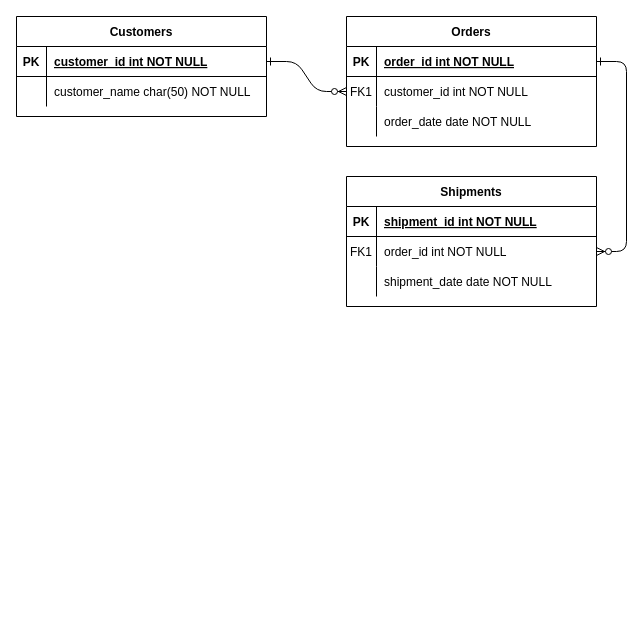
Before: Untitled Diagram.drawio in AkbarMarunduri/Saga-Diagram, a draw.io diagram. Source tidied: cells renumbered, new cells numbered last; positions are measured from the earlier drawing's top-left corner, leaving out a move shared by most shapes. Both pictures are drawn from the tidied source at 100%, with x=0, y=0 at pixel (16, 16).
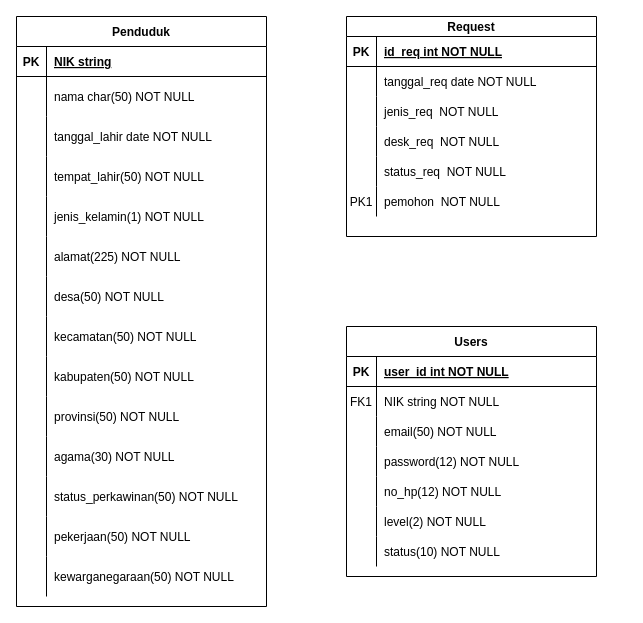
The same page after the edit.

Unchanged cells that the change refers to:
```xml
<mxCell id="15" style="shape=partialRectangle;fillColor=none;top=0;left=0;right=0;bottom=1;" parent="14" vertex="1">
  <mxGeometry y="30" width="250" height="30" as="geometry" />
</mxCell>
<mxCell id="18" style="shape=partialRectangle;fillColor=none;points=[[0,0.5],[1,0.5]];portConstraint=eastwest;top=0;left=0;right=0;bottom=0;" parent="14" vertex="1">
  <mxGeometry y="60" width="250" height="30" as="geometry" />
</mxCell>
<mxCell id="21" style="shape=partialRectangle;fillColor=none;top=0;left=0;right=0;bottom=0;" parent="14" vertex="1">
  <mxGeometry y="90" width="250" height="30" as="geometry" />
</mxCell>
<mxCell id="25" style="shape=partialRectangle;fillColor=none;points=[[0,0.5],[1,0.5]];portConstraint=eastwest;top=0;left=0;right=0;bottom=1;" parent="24" vertex="1">
  <mxGeometry y="30" width="250" height="30" as="geometry" />
</mxCell>
```

The edit, as a diff of the source:
```diff
@@
-    <mxCell id="2" style="edgeStyle=entityRelationEdgeStyle;endArrow=ERzeroToMany;startArrow=ERone;endFill=1;startFill=0;" parent="1" edge="1" source="25" target="8">
-      <mxGeometry relative="1" as="geometry" />
-    </mxCell>
-    <mxCell id="3" style="edgeStyle=entityRelationEdgeStyle;endArrow=ERzeroToMany;startArrow=ERone;endFill=1;startFill=0;" parent="1" edge="1" source="5" target="18">
-      <mxGeometry relative="1" as="geometry" />
-    </mxCell>
-    <mxCell id="4" value="Orders" style="shape=table;startSize=30;childLayout=tableLayout;rowLines=0;fontStyle=1;align=center;" parent="1" vertex="1">
-      <mxGeometry x="330" width="250" height="130" as="geometry" />
+    <mxCell id="4" value="Request" style="shape=table;startSize=20;childLayout=tableLayout;rowLines=0;fontStyle=1;align=center;" parent="1" vertex="1">
+      <mxGeometry x="330" width="250" height="220" as="geometry" />
     </mxCell>
     <mxCell id="5" style="shape=partialRectangle;fillColor=none;points=[[0,0.5],[1,0.5]];portConstraint=eastwest;top=0;left=0;right=0;bottom=1;" parent="4" vertex="1">
-      <mxGeometry y="30" width="250" height="30" as="geometry" />
+      <mxGeometry y="20" width="250" height="30" as="geometry" />
     </mxCell>
@@
-    <mxCell id="7" value="order_id int NOT NULL " style="shape=partialRectangle;overflow=hidden;fillColor=none;top=0;left=0;bottom=0;right=0;align=left;spacingLeft=6;fontStyle=5;" parent="5" vertex="1">
+    <mxCell id="7" value="id_req int NOT NULL " style="shape=partialRectangle;overflow=hidden;fillColor=none;top=0;left=0;bottom=0;right=0;align=left;spacingLeft=6;fontStyle=5;" parent="5" vertex="1">
       <mxGeometry x="30" width="220" height="30" as="geometry" />
     </mxCell>
     <mxCell id="8" style="shape=partialRectangle;fillColor=none;points=[[0,0.5],[1,0.5]];portConstraint=eastwest;top=0;left=0;right=0;bottom=0;" parent="4" vertex="1">
-      <mxGeometry y="60" width="250" height="30" as="geometry" />
+      <mxGeometry y="50" width="250" height="30" as="geometry" />
     </mxCell>
-    <mxCell id="9" value="FK1" style="shape=partialRectangle;overflow=hidden;fillColor=none;top=0;left=0;bottom=0;right=0;" parent="8" vertex="1">
+    <mxCell id="9" style="shape=partialRectangle;overflow=hidden;fillColor=none;top=0;left=0;bottom=0;right=0;" parent="8" vertex="1">
       <mxGeometry width="30" height="30" as="geometry" />
     </mxCell>
-    <mxCell id="10" value="customer_id int NOT NULL" style="shape=partialRectangle;overflow=hidden;fillColor=none;top=0;left=0;bottom=0;right=0;align=left;spacingLeft=6;" parent="8" vertex="1">
+    <mxCell id="10" value="tanggal_req date NOT NULL" style="shape=partialRectangle;overflow=hidden;fillColor=none;top=0;left=0;bottom=0;right=0;align=left;spacingLeft=6;" parent="8" vertex="1">
       <mxGeometry x="30" width="220" height="30" as="geometry" />
     </mxCell>
     <mxCell id="11" style="shape=partialRectangle;fillColor=none;top=0;left=0;right=0;bottom=0;" parent="4" vertex="1">
-      <mxGeometry y="90" width="250" height="30" as="geometry" />
+      <mxGeometry y="80" width="250" height="30" as="geometry" />
     </mxCell>
@@
-    <mxCell id="13" value="order_date date NOT NULL" style="shape=partialRectangle;overflow=hidden;fillColor=none;top=0;left=0;bottom=0;right=0;align=left;spacingLeft=6;" parent="11" vertex="1">
+    <mxCell id="13" value="jenis_req  NOT NULL" style="shape=partialRectangle;overflow=hidden;fillColor=none;top=0;left=0;bottom=0;right=0;align=left;spacingLeft=6;" parent="11" vertex="1">
       <mxGeometry x="30" width="220" height="30" as="geometry" />
     </mxCell>
+    <mxCell id="31" style="shape=partialRectangle;fillColor=none;top=0;left=0;right=0;bottom=0;" parent="4" vertex="1">
+      <mxGeometry y="110" width="250" height="30" as="geometry" />
+    </mxCell>
+    <mxCell id="32" style="shape=partialRectangle;overflow=hidden;fillColor=none;top=0;left=0;bottom=0;right=0;" parent="31" vertex="1">
+      <mxGeometry width="30" height="30" as="geometry" />
+    </mxCell>
+    <mxCell id="33" value="desk_req  NOT NULL" style="shape=partialRectangle;overflow=hidden;fillColor=none;top=0;left=0;bottom=0;right=0;align=left;spacingLeft=6;" parent="31" vertex="1">
+      <mxGeometry x="30" width="220" height="30" as="geometry" />
+    </mxCell>
+    <mxCell id="34" style="shape=partialRectangle;fillColor=none;top=0;left=0;right=0;bottom=0;" parent="4" vertex="1">
+      <mxGeometry y="140" width="250" height="30" as="geometry" />
+    </mxCell>
+    <mxCell id="35" style="shape=partialRectangle;overflow=hidden;fillColor=none;top=0;left=0;bottom=0;right=0;" parent="34" vertex="1">
+      <mxGeometry width="30" height="30" as="geometry" />
+    </mxCell>
+    <mxCell id="36" value="status_req  NOT NULL" style="shape=partialRectangle;overflow=hidden;fillColor=none;top=0;left=0;bottom=0;right=0;align=left;spacingLeft=6;" parent="34" vertex="1">
+      <mxGeometry x="30" width="220" height="30" as="geometry" />
+    </mxCell>
+    <mxCell id="37" style="shape=partialRectangle;fillColor=none;top=0;left=0;right=0;bottom=0;" parent="4" vertex="1">
+      <mxGeometry y="170" width="250" height="30" as="geometry" />
+    </mxCell>
+    <mxCell id="38" value="PK1" style="shape=partialRectangle;overflow=hidden;fillColor=none;top=0;left=0;bottom=0;right=0;" parent="37" vertex="1">
+      <mxGeometry width="30" height="30" as="geometry" />
+    </mxCell>
+    <mxCell id="39" value="pemohon  NOT NULL" style="shape=partialRectangle;overflow=hidden;fillColor=none;top=0;left=0;bottom=0;right=0;align=left;spacingLeft=6;" parent="37" vertex="1">
+      <mxGeometry x="30" width="220" height="30" as="geometry" />
+    </mxCell>
-    <mxCell id="14" value="Shipments" style="shape=table;startSize=30;childLayout=tableLayout;rowLines=0;fontStyle=1;align=center;" parent="1" vertex="1">
-      <mxGeometry x="330" y="160" width="250" height="130" as="geometry" />
+    <mxCell id="14" value="Users" style="shape=table;startSize=30;childLayout=tableLayout;rowLines=0;fontStyle=1;align=center;" parent="1" vertex="1">
+      <mxGeometry x="330" y="310" width="250" height="250" as="geometry" />
     </mxCell>
@@
-    <mxCell id="17" value="shipment_id int NOT NULL " style="shape=partialRectangle;overflow=hidden;fillColor=none;top=0;left=0;bottom=0;right=0;align=left;spacingLeft=6;fontStyle=5;" parent="15" vertex="1">
+    <mxCell id="17" value="user_id int NOT NULL " style="shape=partialRectangle;overflow=hidden;fillColor=none;top=0;left=0;bottom=0;right=0;align=left;spacingLeft=6;fontStyle=5;" parent="15" vertex="1">
       <mxGeometry x="30" width="220" height="30" as="geometry" />
     </mxCell>
@@
-    <mxCell id="20" value="order_id int NOT NULL" style="shape=partialRectangle;overflow=hidden;fillColor=none;top=0;left=0;bottom=0;right=0;align=left;spacingLeft=6;" parent="18" vertex="1">
+    <mxCell id="20" value="NIK string NOT NULL" style="shape=partialRectangle;overflow=hidden;fillColor=none;top=0;left=0;bottom=0;right=0;align=left;spacingLeft=6;" parent="18" vertex="1">
       <mxGeometry x="30" width="220" height="30" as="geometry" />
     </mxCell>
@@
-    <mxCell id="23" value="shipment_date date NOT NULL" style="shape=partialRectangle;overflow=hidden;fillColor=none;top=0;left=0;bottom=0;right=0;align=left;spacingLeft=6;" parent="21" vertex="1">
+    <mxCell id="23" value="email(50) NOT NULL" style="shape=partialRectangle;overflow=hidden;fillColor=none;top=0;left=0;bottom=0;right=0;align=left;spacingLeft=6;" parent="21" vertex="1">
       <mxGeometry x="30" width="220" height="30" as="geometry" />
     </mxCell>
+    <mxCell id="40" style="shape=partialRectangle;fillColor=none;top=0;left=0;right=0;bottom=0;" parent="14" vertex="1">
+      <mxGeometry y="120" width="250" height="30" as="geometry" />
+    </mxCell>
+    <mxCell id="41" style="shape=partialRectangle;overflow=hidden;fillColor=none;top=0;left=0;bottom=0;right=0;" parent="40" vertex="1">
+      <mxGeometry width="30" height="30" as="geometry" />
+    </mxCell>
+    <mxCell id="42" value="password(12) NOT NULL" style="shape=partialRectangle;overflow=hidden;fillColor=none;top=0;left=0;bottom=0;right=0;align=left;spacingLeft=6;" parent="40" vertex="1">
+      <mxGeometry x="30" width="220" height="30" as="geometry" />
+    </mxCell>
+    <mxCell id="43" style="shape=partialRectangle;fillColor=none;top=0;left=0;right=0;bottom=0;" parent="14" vertex="1">
+      <mxGeometry y="150" width="250" height="30" as="geometry" />
+    </mxCell>
+    <mxCell id="44" style="shape=partialRectangle;overflow=hidden;fillColor=none;top=0;left=0;bottom=0;right=0;" parent="43" vertex="1">
+      <mxGeometry width="30" height="30" as="geometry" />
+    </mxCell>
+    <mxCell id="45" value="no_hp(12) NOT NULL" style="shape=partialRectangle;overflow=hidden;fillColor=none;top=0;left=0;bottom=0;right=0;align=left;spacingLeft=6;" parent="43" vertex="1">
+      <mxGeometry x="30" width="220" height="30" as="geometry" />
+    </mxCell>
+    <mxCell id="46" style="shape=partialRectangle;fillColor=none;top=0;left=0;right=0;bottom=0;" parent="14" vertex="1">
+      <mxGeometry y="180" width="250" height="30" as="geometry" />
+    </mxCell>
+    <mxCell id="47" style="shape=partialRectangle;overflow=hidden;fillColor=none;top=0;left=0;bottom=0;right=0;" parent="46" vertex="1">
+      <mxGeometry width="30" height="30" as="geometry" />
+    </mxCell>
+    <mxCell id="48" value="level(2) NOT NULL" style="shape=partialRectangle;overflow=hidden;fillColor=none;top=0;left=0;bottom=0;right=0;align=left;spacingLeft=6;" parent="46" vertex="1">
+      <mxGeometry x="30" width="220" height="30" as="geometry" />
+    </mxCell>
+    <mxCell id="49" style="shape=partialRectangle;fillColor=none;top=0;left=0;right=0;bottom=0;" parent="14" vertex="1">
+      <mxGeometry y="210" width="250" height="30" as="geometry" />
+    </mxCell>
+    <mxCell id="50" style="shape=partialRectangle;overflow=hidden;fillColor=none;top=0;left=0;bottom=0;right=0;" parent="49" vertex="1">
+      <mxGeometry width="30" height="30" as="geometry" />
+    </mxCell>
+    <mxCell id="51" value="status(10) NOT NULL" style="shape=partialRectangle;overflow=hidden;fillColor=none;top=0;left=0;bottom=0;right=0;align=left;spacingLeft=6;" parent="49" vertex="1">
+      <mxGeometry x="30" width="220" height="30" as="geometry" />
+    </mxCell>
-    <mxCell id="24" value="Customers" style="shape=table;startSize=30;childLayout=tableLayout;rowLines=0;fontStyle=1;align=center;" parent="1" vertex="1">
-      <mxGeometry width="250" height="100" as="geometry" />
+    <mxCell id="24" value="Penduduk" style="shape=table;startSize=30;childLayout=tableLayout;rowLines=0;fontStyle=1;align=center;" parent="1" vertex="1">
+      <mxGeometry width="250" height="590" as="geometry" />
     </mxCell>
@@
-    <mxCell id="27" value="customer_id int NOT NULL " style="shape=partialRectangle;overflow=hidden;fillColor=none;top=0;left=0;bottom=0;right=0;align=left;spacingLeft=6;fontStyle=5;" parent="25" vertex="1">
+    <mxCell id="27" value="NIK string" style="shape=partialRectangle;overflow=hidden;fillColor=none;top=0;left=0;bottom=0;right=0;align=left;spacingLeft=6;fontStyle=5;" parent="25" vertex="1">
       <mxGeometry x="30" width="220" height="30" as="geometry" />
     </mxCell>
     <mxCell id="28" style="shape=partialRectangle;fillColor=none;top=0;left=0;right=0;bottom=0;" parent="24" vertex="1">
-      <mxGeometry y="60" width="250" height="30" as="geometry" />
+      <mxGeometry y="60" width="250" height="40" as="geometry" />
     </mxCell>
     <mxCell id="29" style="shape=partialRectangle;overflow=hidden;fillColor=none;top=0;left=0;bottom=0;right=0;" parent="28" vertex="1">
-      <mxGeometry width="30" height="30" as="geometry" />
+      <mxGeometry width="30" height="40" as="geometry" />
     </mxCell>
-    <mxCell id="30" value="customer_name char(50) NOT NULL" style="shape=partialRectangle;overflow=hidden;fillColor=none;top=0;left=0;bottom=0;right=0;align=left;spacingLeft=6;" parent="28" vertex="1">
-      <mxGeometry x="30" width="220" height="30" as="geometry" />
+    <mxCell id="30" value="nama char(50) NOT NULL" style="shape=partialRectangle;overflow=hidden;fillColor=none;top=0;left=0;bottom=0;right=0;align=left;spacingLeft=6;" parent="28" vertex="1">
+      <mxGeometry x="30" width="220" height="40" as="geometry" />
     </mxCell>
+    <mxCell id="52" style="shape=partialRectangle;fillColor=none;top=0;left=0;right=0;bottom=0;" parent="24" vertex="1">
+      <mxGeometry y="100" width="250" height="40" as="geometry" />
+    </mxCell>
+    <mxCell id="53" style="shape=partialRectangle;overflow=hidden;fillColor=none;top=0;left=0;bottom=0;right=0;" parent="52" vertex="1">
+      <mxGeometry width="30" height="40" as="geometry" />
+    </mxCell>
+    <mxCell id="54" value="tanggal_lahir date NOT NULL" style="shape=partialRectangle;overflow=hidden;fillColor=none;top=0;left=0;bottom=0;right=0;align=left;spacingLeft=6;" parent="52" vertex="1">
+      <mxGeometry x="30" width="220" height="40" as="geometry" />
+    </mxCell>
+    <mxCell id="55" style="shape=partialRectangle;fillColor=none;top=0;left=0;right=0;bottom=0;" parent="24" vertex="1">
+      <mxGeometry y="140" width="250" height="40" as="geometry" />
+    </mxCell>
+    <mxCell id="56" style="shape=partialRectangle;overflow=hidden;fillColor=none;top=0;left=0;bottom=0;right=0;" parent="55" vertex="1">
+      <mxGeometry width="30" height="40" as="geometry" />
+    </mxCell>
+    <mxCell id="57" value="tempat_lahir(50) NOT NULL" style="shape=partialRectangle;overflow=hidden;fillColor=none;top=0;left=0;bottom=0;right=0;align=left;spacingLeft=6;" parent="55" vertex="1">
+      <mxGeometry x="30" width="220" height="40" as="geometry" />
+    </mxCell>
+    <mxCell id="58" style="shape=partialRectangle;fillColor=none;top=0;left=0;right=0;bottom=0;" parent="24" vertex="1">
+      <mxGeometry y="180" width="250" height="40" as="geometry" />
+    </mxCell>
+    <mxCell id="59" style="shape=partialRectangle;overflow=hidden;fillColor=none;top=0;left=0;bottom=0;right=0;" parent="58" vertex="1">
+      <mxGeometry width="30" height="40" as="geometry" />
+    </mxCell>
+    <mxCell id="60" value="jenis_kelamin(1) NOT NULL" style="shape=partialRectangle;overflow=hidden;fillColor=none;top=0;left=0;bottom=0;right=0;align=left;spacingLeft=6;" parent="58" vertex="1">
+      <mxGeometry x="30" width="220" height="40" as="geometry" />
+    </mxCell>
+    <mxCell id="61" style="shape=partialRectangle;fillColor=none;top=0;left=0;right=0;bottom=0;" parent="24" vertex="1">
+      <mxGeometry y="220" width="250" height="40" as="geometry" />
+    </mxCell>
+    <mxCell id="62" style="shape=partialRectangle;overflow=hidden;fillColor=none;top=0;left=0;bottom=0;right=0;" parent="61" vertex="1">
+      <mxGeometry width="30" height="40" as="geometry" />
+    </mxCell>
+    <mxCell id="63" value="alamat(225) NOT NULL" style="shape=partialRectangle;overflow=hidden;fillColor=none;top=0;left=0;bottom=0;right=0;align=left;spacingLeft=6;" parent="61" vertex="1">
+      <mxGeometry x="30" width="220" height="40" as="geometry" />
+    </mxCell>
+    <mxCell id="64" style="shape=partialRectangle;fillColor=none;top=0;left=0;right=0;bottom=0;" parent="24" vertex="1">
+      <mxGeometry y="260" width="250" height="40" as="geometry" />
+    </mxCell>
+    <mxCell id="65" style="shape=partialRectangle;overflow=hidden;fillColor=none;top=0;left=0;bottom=0;right=0;" parent="64" vertex="1">
+      <mxGeometry width="30" height="40" as="geometry" />
+    </mxCell>
+    <mxCell id="66" value="desa(50) NOT NULL" style="shape=partialRectangle;overflow=hidden;fillColor=none;top=0;left=0;bottom=0;right=0;align=left;spacingLeft=6;" parent="64" vertex="1">
+      <mxGeometry x="30" width="220" height="40" as="geometry" />
+    </mxCell>
+    <mxCell id="67" style="shape=partialRectangle;fillColor=none;top=0;left=0;right=0;bottom=0;" parent="24" vertex="1">
+      <mxGeometry y="300" width="250" height="40" as="geometry" />
+    </mxCell>
+    <mxCell id="68" style="shape=partialRectangle;overflow=hidden;fillColor=none;top=0;left=0;bottom=0;right=0;" parent="67" vertex="1">
+      <mxGeometry width="30" height="40" as="geometry" />
+    </mxCell>
+    <mxCell id="69" value="kecamatan(50) NOT NULL" style="shape=partialRectangle;overflow=hidden;fillColor=none;top=0;left=0;bottom=0;right=0;align=left;spacingLeft=6;" parent="67" vertex="1">
+      <mxGeometry x="30" width="220" height="40" as="geometry" />
+    </mxCell>
+    <mxCell id="70" style="shape=partialRectangle;fillColor=none;top=0;left=0;right=0;bottom=0;" parent="24" vertex="1">
+      <mxGeometry y="340" width="250" height="40" as="geometry" />
+    </mxCell>
+    <mxCell id="71" style="shape=partialRectangle;overflow=hidden;fillColor=none;top=0;left=0;bottom=0;right=0;" parent="70" vertex="1">
+      <mxGeometry width="30" height="40" as="geometry" />
+    </mxCell>
+    <mxCell id="72" value="kabupaten(50) NOT NULL" style="shape=partialRectangle;overflow=hidden;fillColor=none;top=0;left=0;bottom=0;right=0;align=left;spacingLeft=6;" parent="70" vertex="1">
+      <mxGeometry x="30" width="220" height="40" as="geometry" />
+    </mxCell>
+    <mxCell id="73" style="shape=partialRectangle;fillColor=none;top=0;left=0;right=0;bottom=0;" parent="24" vertex="1">
+      <mxGeometry y="380" width="250" height="40" as="geometry" />
+    </mxCell>
+    <mxCell id="74" style="shape=partialRectangle;overflow=hidden;fillColor=none;top=0;left=0;bottom=0;right=0;" parent="73" vertex="1">
+      <mxGeometry width="30" height="40" as="geometry" />
+    </mxCell>
+    <mxCell id="75" value="provinsi(50) NOT NULL" style="shape=partialRectangle;overflow=hidden;fillColor=none;top=0;left=0;bottom=0;right=0;align=left;spacingLeft=6;" parent="73" vertex="1">
+      <mxGeometry x="30" width="220" height="40" as="geometry" />
+    </mxCell>
+    <mxCell id="76" style="shape=partialRectangle;fillColor=none;top=0;left=0;right=0;bottom=0;" parent="24" vertex="1">
+      <mxGeometry y="420" width="250" height="40" as="geometry" />
+    </mxCell>
+    <mxCell id="77" style="shape=partialRectangle;overflow=hidden;fillColor=none;top=0;left=0;bottom=0;right=0;" parent="76" vertex="1">
+      <mxGeometry width="30" height="40" as="geometry" />
+    </mxCell>
+    <mxCell id="78" value="agama(30) NOT NULL" style="shape=partialRectangle;overflow=hidden;fillColor=none;top=0;left=0;bottom=0;right=0;align=left;spacingLeft=6;" parent="76" vertex="1">
+      <mxGeometry x="30" width="220" height="40" as="geometry" />
+    </mxCell>
+    <mxCell id="79" style="shape=partialRectangle;fillColor=none;top=0;left=0;right=0;bottom=0;" parent="24" vertex="1">
+      <mxGeometry y="460" width="250" height="40" as="geometry" />
+    </mxCell>
+    <mxCell id="80" style="shape=partialRectangle;overflow=hidden;fillColor=none;top=0;left=0;bottom=0;right=0;" parent="79" vertex="1">
+      <mxGeometry width="30" height="40" as="geometry" />
+    </mxCell>
+    <mxCell id="81" value="status_perkawinan(50) NOT NULL" style="shape=partialRectangle;overflow=hidden;fillColor=none;top=0;left=0;bottom=0;right=0;align=left;spacingLeft=6;" parent="79" vertex="1">
+      <mxGeometry x="30" width="220" height="40" as="geometry" />
+    </mxCell>
+    <mxCell id="82" style="shape=partialRectangle;fillColor=none;top=0;left=0;right=0;bottom=0;" parent="24" vertex="1">
+      <mxGeometry y="500" width="250" height="40" as="geometry" />
+    </mxCell>
+    <mxCell id="83" style="shape=partialRectangle;overflow=hidden;fillColor=none;top=0;left=0;bottom=0;right=0;" parent="82" vertex="1">
+      <mxGeometry width="30" height="40" as="geometry" />
+    </mxCell>
+    <mxCell id="84" value="pekerjaan(50) NOT NULL" style="shape=partialRectangle;overflow=hidden;fillColor=none;top=0;left=0;bottom=0;right=0;align=left;spacingLeft=6;" parent="82" vertex="1">
+      <mxGeometry x="30" width="220" height="40" as="geometry" />
+    </mxCell>
+    <mxCell id="85" style="shape=partialRectangle;fillColor=none;top=0;left=0;right=0;bottom=0;" parent="24" vertex="1">
+      <mxGeometry y="540" width="250" height="40" as="geometry" />
+    </mxCell>
+    <mxCell id="86" style="shape=partialRectangle;overflow=hidden;fillColor=none;top=0;left=0;bottom=0;right=0;" parent="85" vertex="1">
+      <mxGeometry width="30" height="40" as="geometry" />
+    </mxCell>
+    <mxCell id="87" value="kewarganegaraan(50) NOT NULL" style="shape=partialRectangle;overflow=hidden;fillColor=none;top=0;left=0;bottom=0;right=0;align=left;spacingLeft=6;" parent="85" vertex="1">
+      <mxGeometry x="30" width="220" height="40" as="geometry" />
+    </mxCell>
```
